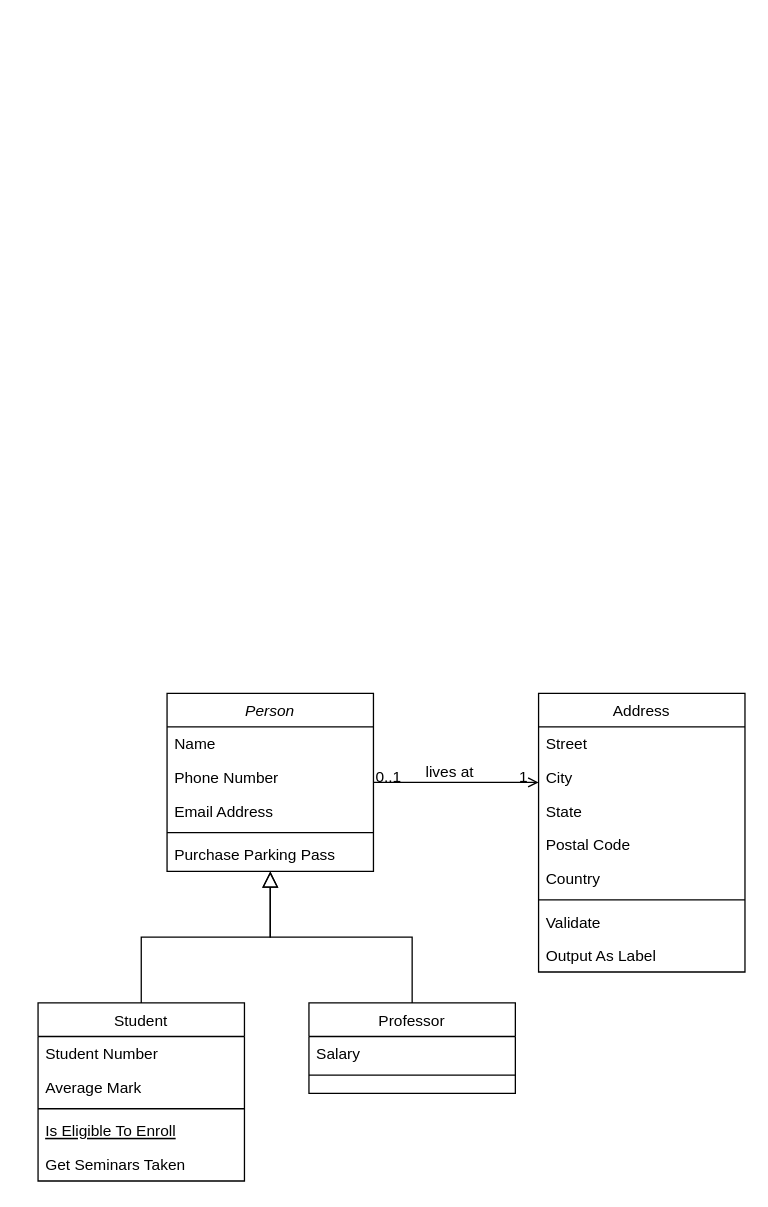
monick96/PracticeCsharp keeps this draw.io diagram as DesarrolloOrientadoObjetos/Parcial2DOO/Parcial2DOO.drawio. Above is the earlier version. Source tidied: cells renumbered, new cells numbered last; positions are measured from the earlier drawing's top-left corner, leaving out a move shared by most shapes. Both pictures are drawn from the tidied source at 129%, with x=0, y=0 at pixel (37, 693).
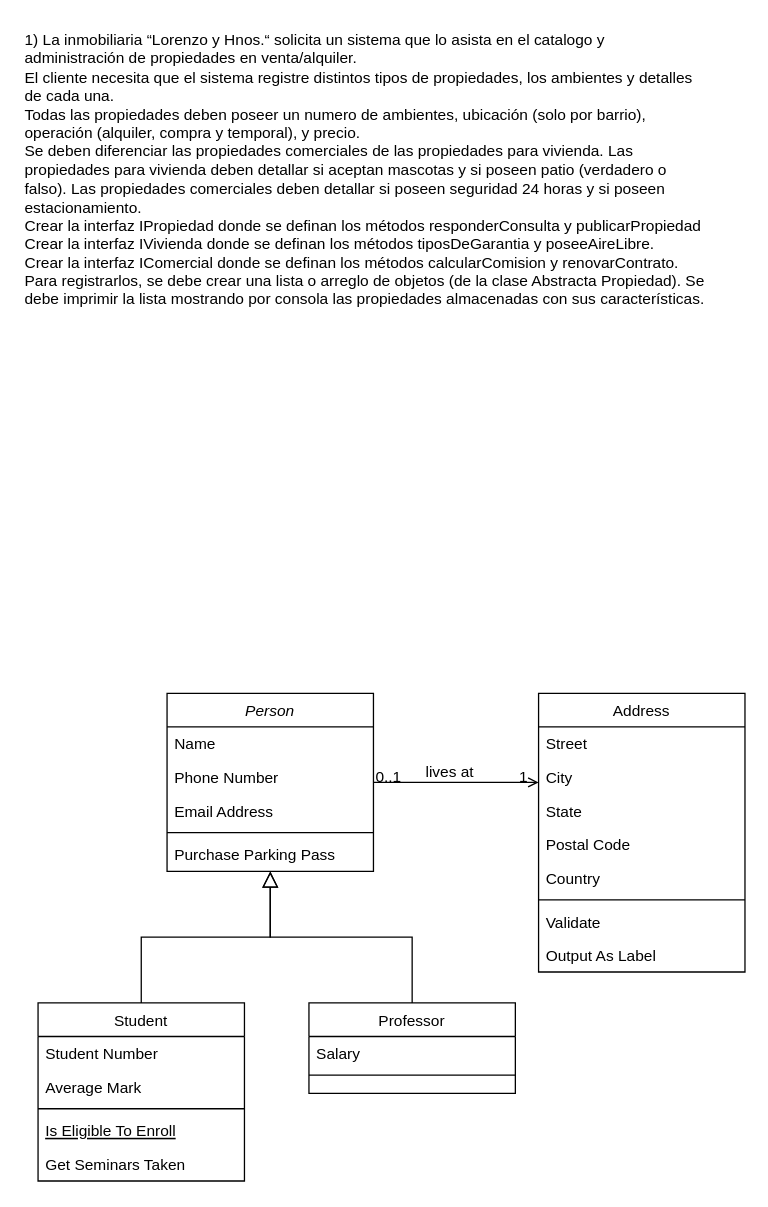
After the change.

The edit, as a diff of the source:
```diff
@@
+    <mxCell id="32" value="1) La inmobiliaria “Lorenzo y Hnos.“ solicita un sistema que lo asista en el catalogo y&#10;administración de propiedades en venta/alquiler.&#10;El cliente necesita que el sistema registre distintos tipos de propiedades, los ambientes y detalles&#10;de cada una.&#10;Todas las propiedades deben poseer un numero de ambientes, ubicación (solo por barrio),&#10;operación (alquiler, compra y temporal), y precio.&#10;Se deben diferenciar las propiedades comerciales de las propiedades para vivienda. Las&#10;propiedades para vivienda deben detallar si aceptan mascotas y si poseen patio (verdadero o&#10;falso). Las propiedades comerciales deben detallar si poseen seguridad 24 horas y si poseen&#10;estacionamiento.&#10;Crear la interfaz IPropiedad donde se definan los métodos responderConsulta y publicarPropiedad&#10;Crear la interfaz IVivienda donde se definan los métodos tiposDeGarantia y poseeAireLibre.&#10;Crear la interfaz IComercial donde se definan los métodos calcularComision y renovarContrato.&#10;Para registrarlos, se debe crear una lista o arreglo de objetos (de la clase Abstracta Propiedad). Se&#10;debe imprimir la lista mostrando por consola las propiedades almacenadas con sus características." style="text;whiteSpace=wrap;html=1;" parent="1" vertex="1">
+      <mxGeometry x="-12" y="-520" width="560" height="280" as="geometry" />
+    </mxCell>
```
